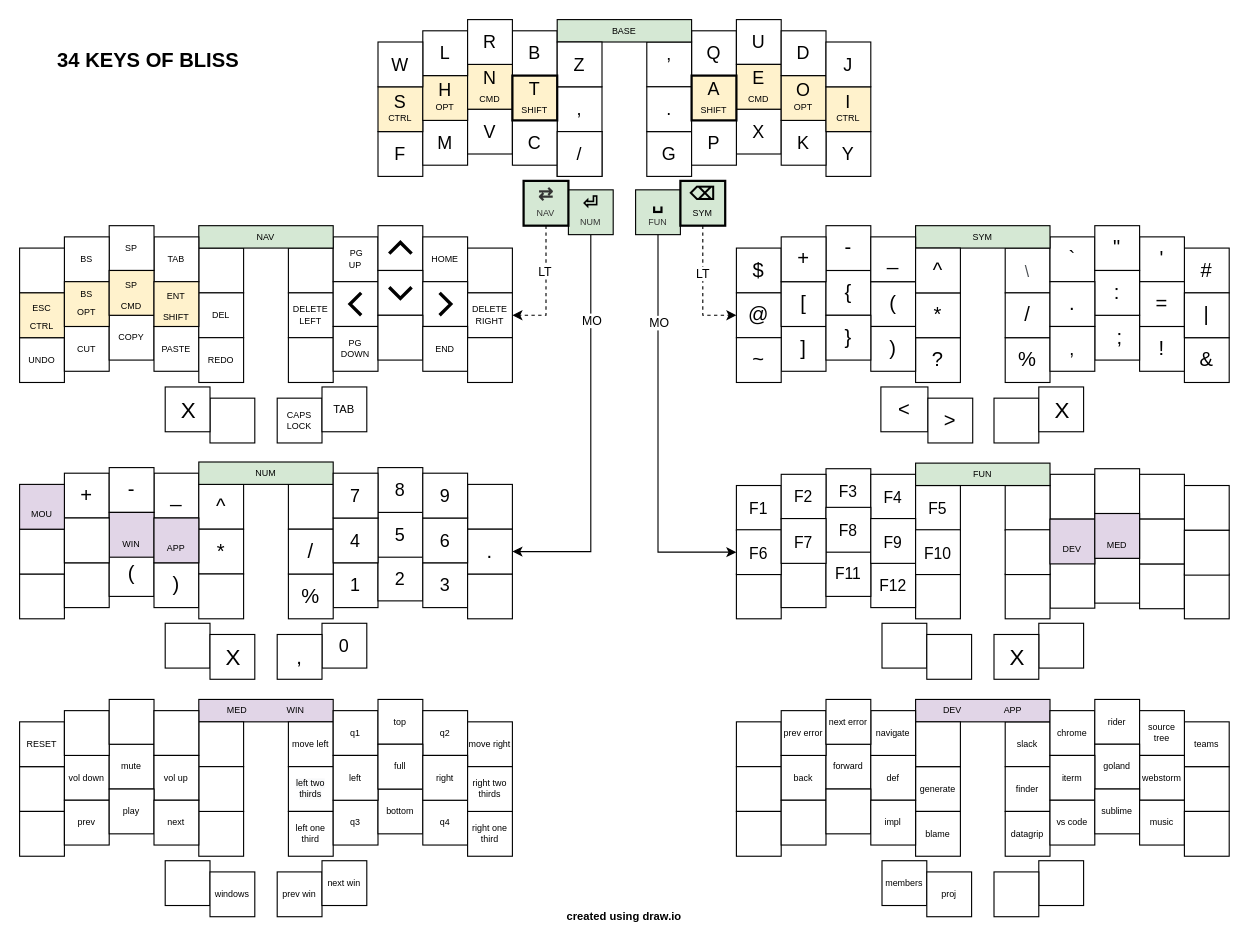
Before: Layout.drawio in LaurensVanAcker/FerrisLayout, a draw.io diagram. Source tidied: cells renumbered, new cells numbered last; positions are measured from the earlier drawing's top-left corner, leaving out a move shared by most shapes. Both pictures are drawn from the tidied source at 112%, with x=0, y=0 at pixel (19, 19).
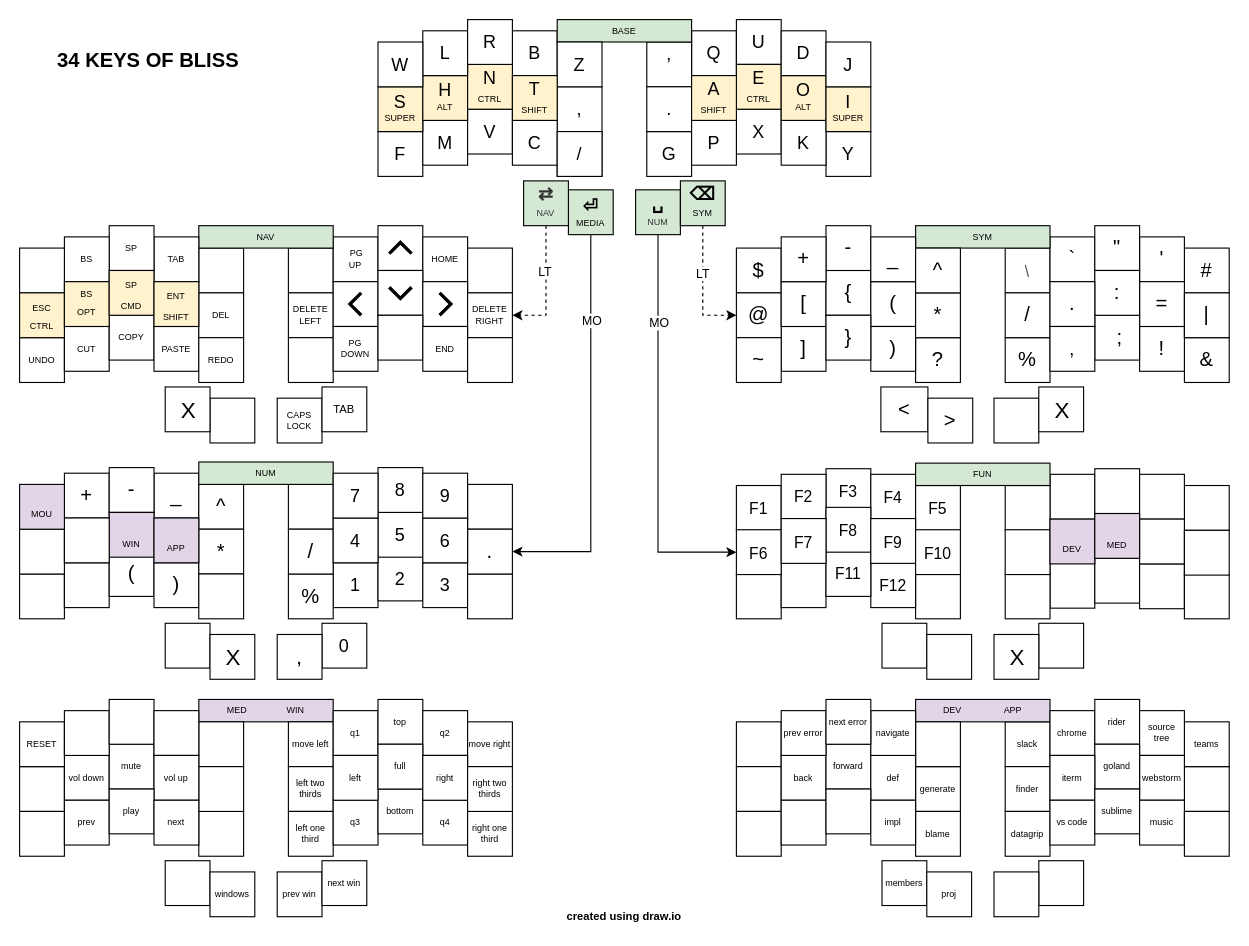
The same page after the edit.

Commit message:
Update base layer

Change to the diagram source:
```diff
@@
-    <mxCell id="22" value="&lt;p style=&quot;line-height: 80%&quot;&gt;S&lt;br&gt;&lt;font style=&quot;font-size: 8px ; line-height: 100%&quot;&gt;CTRL&lt;/font&gt;&lt;/p&gt;" style="rounded=0;whiteSpace=wrap;html=1;fontSize=16;fillColor=#fff2cc;shadow=0;sketch=0;" parent="1" vertex="1">
+    <mxCell id="22" value="&lt;p style=&quot;line-height: 80%&quot;&gt;S&lt;br&gt;&lt;font style=&quot;font-size: 8px ; line-height: 100%&quot;&gt;SUPER&lt;/font&gt;&lt;/p&gt;" style="rounded=0;whiteSpace=wrap;html=1;fontSize=16;fillColor=#fff2cc;shadow=0;sketch=0;" parent="1" vertex="1">
       <mxGeometry x="320" y="60" width="40" height="40" as="geometry" />
     </mxCell>
-    <mxCell id="23" value="&lt;p style=&quot;line-height: 80%&quot;&gt;H&lt;br&gt;&lt;span style=&quot;font-size: 8px ; line-height: 100%&quot;&gt;OPT&lt;/span&gt;&lt;/p&gt;" style="rounded=0;whiteSpace=wrap;html=1;fontSize=16;fillColor=#fff2cc;shadow=0;sketch=0;" parent="1" vertex="1">
+    <mxCell id="23" value="&lt;p style=&quot;line-height: 80%&quot;&gt;H&lt;br&gt;&lt;span style=&quot;font-size: 8px ; line-height: 100%&quot;&gt;ALT&lt;/span&gt;&lt;/p&gt;" style="rounded=0;whiteSpace=wrap;html=1;fontSize=16;fillColor=#fff2cc;shadow=0;sketch=0;" parent="1" vertex="1">
       <mxGeometry x="360" y="50" width="40" height="40" as="geometry" />
     </mxCell>
-    <mxCell id="24" value="&lt;p style=&quot;line-height: 100%&quot;&gt;N&lt;br&gt;&lt;span style=&quot;font-size: 8px ; line-height: 100%&quot;&gt;CMD&lt;/span&gt;&lt;br&gt;&lt;/p&gt;" style="rounded=0;whiteSpace=wrap;html=1;fontSize=16;fillColor=#fff2cc;shadow=0;sketch=0;" parent="1" vertex="1">
+    <mxCell id="24" value="&lt;p style=&quot;line-height: 100%&quot;&gt;N&lt;br&gt;&lt;span style=&quot;font-size: 8px ; line-height: 100%&quot;&gt;CTRL&lt;/span&gt;&lt;br&gt;&lt;/p&gt;" style="rounded=0;whiteSpace=wrap;html=1;fontSize=16;fillColor=#fff2cc;shadow=0;sketch=0;" parent="1" vertex="1">
       <mxGeometry x="400" y="40" width="40" height="40" as="geometry" />
     </mxCell>
@@
-    <mxCell id="207" value="&lt;p style=&quot;line-height: 100%&quot;&gt;E&lt;br&gt;&lt;span style=&quot;font-size: 8px ; line-height: 100%&quot;&gt;CMD&lt;/span&gt;&lt;br&gt;&lt;/p&gt;" style="rounded=0;whiteSpace=wrap;html=1;fontSize=16;fillColor=#fff2cc;shadow=0;sketch=0;" parent="1" vertex="1">
+    <mxCell id="207" value="&lt;p style=&quot;line-height: 100%&quot;&gt;E&lt;br&gt;&lt;span style=&quot;font-size: 8px ; line-height: 100%&quot;&gt;CTRL&lt;/span&gt;&lt;br&gt;&lt;/p&gt;" style="rounded=0;whiteSpace=wrap;html=1;fontSize=16;fillColor=#fff2cc;shadow=0;sketch=0;" parent="1" vertex="1">
       <mxGeometry x="640" y="40" width="40" height="40" as="geometry" />
     </mxCell>
-    <mxCell id="208" value="&lt;p style=&quot;line-height: 80%&quot;&gt;O&lt;br&gt;&lt;span style=&quot;font-size: 8px ; line-height: 100%&quot;&gt;OPT&lt;/span&gt;&lt;/p&gt;" style="rounded=0;whiteSpace=wrap;html=1;fontSize=16;fillColor=#fff2cc;shadow=0;sketch=0;" parent="1" vertex="1">
+    <mxCell id="208" value="&lt;p style=&quot;line-height: 80%&quot;&gt;O&lt;br&gt;&lt;span style=&quot;font-size: 8px ; line-height: 100%&quot;&gt;ALT&lt;/span&gt;&lt;/p&gt;" style="rounded=0;whiteSpace=wrap;html=1;fontSize=16;fillColor=#fff2cc;shadow=0;sketch=0;" parent="1" vertex="1">
       <mxGeometry x="680" y="50" width="40" height="40" as="geometry" />
     </mxCell>
@@
-    <mxCell id="233" value="&lt;p style=&quot;line-height: 80%&quot;&gt;&lt;font style=&quot;font-size: 16px&quot;&gt;I&lt;/font&gt;&lt;br&gt;&lt;font style=&quot;font-size: 8px ; line-height: 100%&quot;&gt;CTRL&lt;/font&gt;&lt;/p&gt;" style="rounded=0;whiteSpace=wrap;html=1;fontSize=16;fillColor=#fff2cc;shadow=0;sketch=0;" parent="1" vertex="1">
+    <mxCell id="233" value="&lt;p style=&quot;line-height: 80%&quot;&gt;&lt;font style=&quot;font-size: 16px&quot;&gt;I&lt;/font&gt;&lt;br&gt;&lt;font style=&quot;font-size: 8px ; line-height: 100%&quot;&gt;SUPER&lt;/font&gt;&lt;/p&gt;" style="rounded=0;whiteSpace=wrap;html=1;fontSize=16;fillColor=#fff2cc;shadow=0;sketch=0;" parent="1" vertex="1">
       <mxGeometry x="720" y="60" width="40" height="40" as="geometry" />
     </mxCell>
@@
-    <mxCell id="240" value="&lt;p style=&quot;line-height: 100%&quot;&gt;T&lt;br&gt;&lt;span style=&quot;font-size: 8px ; line-height: 100%&quot;&gt;SHIFT&lt;/span&gt;&lt;br&gt;&lt;/p&gt;" style="rounded=0;whiteSpace=wrap;html=1;fontSize=16;fillColor=#fff2cc;shadow=0;sketch=0;strokeWidth=2;" parent="1" vertex="1">
+    <mxCell id="240" value="&lt;p style=&quot;line-height: 100%&quot;&gt;T&lt;br&gt;&lt;span style=&quot;font-size: 8px ; line-height: 100%&quot;&gt;SHIFT&lt;/span&gt;&lt;br&gt;&lt;/p&gt;" style="rounded=0;whiteSpace=wrap;html=1;fontSize=16;fillColor=#fff2cc;shadow=0;sketch=0;strokeWidth=1;" parent="1" vertex="1">
       <mxGeometry x="440" y="50" width="40" height="40" as="geometry" />
     </mxCell>
-    <mxCell id="241" value="&lt;p style=&quot;line-height: 100%&quot;&gt;A&lt;br&gt;&lt;span style=&quot;font-size: 8px ; line-height: 100%&quot;&gt;SHIFT&lt;/span&gt;&lt;br&gt;&lt;/p&gt;" style="rounded=0;whiteSpace=wrap;html=1;fontSize=16;fillColor=#fff2cc;shadow=0;sketch=0;strokeWidth=2;" parent="1" vertex="1">
+    <mxCell id="241" value="&lt;p style=&quot;line-height: 100%&quot;&gt;A&lt;br&gt;&lt;span style=&quot;font-size: 8px ; line-height: 100%&quot;&gt;SHIFT&lt;/span&gt;&lt;br&gt;&lt;/p&gt;" style="rounded=0;whiteSpace=wrap;html=1;fontSize=16;fillColor=#fff2cc;shadow=0;sketch=0;strokeWidth=1;" parent="1" vertex="1">
       <mxGeometry x="600" y="50" width="40" height="40" as="geometry" />
     </mxCell>
@@
-    <mxCell id="245" value="&lt;font style=&quot;font-size: 16px&quot;&gt;&lt;span&gt;⏎&lt;/span&gt;&lt;/font&gt;&lt;span style=&quot;color: rgb(51 , 51 , 51)&quot;&gt;&lt;span style=&quot;font-size: 10px&quot;&gt; &lt;/span&gt;&lt;br&gt;&lt;span style=&quot;font-weight: normal ; line-height: 200%&quot;&gt;NUM&lt;/span&gt;&lt;br&gt;&lt;/span&gt;" style="rounded=0;whiteSpace=wrap;html=1;fontSize=8;fillColor=#d5e8d4;fontStyle=1;shadow=0;sketch=0;strokeWidth=1;" parent="1" vertex="1">
+    <mxCell id="245" value="&lt;font style=&quot;font-size: 16px&quot;&gt;&lt;span&gt;⏎&lt;/span&gt;&lt;/font&gt;&lt;span style=&quot;color: rgb(51 , 51 , 51)&quot;&gt;&lt;span style=&quot;font-size: 10px&quot;&gt; &lt;/span&gt;&lt;span style=&quot;font-weight: normal ; line-height: 200%&quot;&gt;&lt;/span&gt;&lt;br&gt;&lt;/span&gt;&lt;span style=&quot;font-weight: normal&quot;&gt;MEDIA&lt;/span&gt;" style="rounded=0;whiteSpace=wrap;html=1;fontSize=8;fillColor=#d5e8d4;fontStyle=1;shadow=0;sketch=0;strokeWidth=1;" parent="1" vertex="1">
       <mxGeometry x="490" y="152" width="40" height="40" as="geometry" />
     </mxCell>
@@
-    <mxCell id="248" value="&lt;font style=&quot;font-size: 16px&quot;&gt;␣&lt;/font&gt;&lt;span style=&quot;color: rgb(51 , 51 , 51)&quot;&gt;&lt;span style=&quot;font-size: 10px&quot;&gt; &lt;/span&gt;&lt;br&gt;&lt;span style=&quot;font-weight: normal ; line-height: 200%&quot;&gt;FUN&lt;/span&gt;&lt;br&gt;&lt;/span&gt;" style="rounded=0;whiteSpace=wrap;html=1;fontSize=8;fillColor=#d5e8d4;fontStyle=1;shadow=0;sketch=0;strokeWidth=1;" parent="1" vertex="1">
+    <mxCell id="248" value="&lt;font style=&quot;font-size: 16px&quot;&gt;␣&lt;/font&gt;&lt;span style=&quot;color: rgb(51 , 51 , 51)&quot;&gt;&lt;span style=&quot;font-size: 10px&quot;&gt; &lt;/span&gt;&lt;br&gt;&lt;span style=&quot;font-weight: normal ; line-height: 200%&quot;&gt;NUM&lt;/span&gt;&lt;/span&gt;" style="rounded=0;whiteSpace=wrap;html=1;fontSize=8;fillColor=#d5e8d4;fontStyle=1;shadow=0;sketch=0;strokeWidth=1;" parent="1" vertex="1">
       <mxGeometry x="550" y="152" width="40" height="40" as="geometry" />
     </mxCell>
@@
-    <mxCell id="250" value="&lt;span style=&quot;color: rgb(51 , 51 , 51)&quot;&gt;&lt;font style=&quot;font-size: 16px&quot;&gt;⇄&lt;/font&gt;&lt;br&gt;&lt;span style=&quot;font-weight: normal ; line-height: 200%&quot;&gt;NAV&lt;/span&gt;&lt;br&gt;&lt;/span&gt;" style="rounded=0;whiteSpace=wrap;html=1;fontSize=8;fillColor=#d5e8d4;fontStyle=1;shadow=0;sketch=0;strokeWidth=2;" parent="1" vertex="1">
+    <mxCell id="250" value="&lt;span style=&quot;color: rgb(51 , 51 , 51)&quot;&gt;&lt;font style=&quot;font-size: 16px&quot;&gt;⇄&lt;/font&gt;&lt;br&gt;&lt;span style=&quot;font-weight: normal ; line-height: 200%&quot;&gt;NAV&lt;/span&gt;&lt;br&gt;&lt;/span&gt;" style="rounded=0;whiteSpace=wrap;html=1;fontSize=8;fillColor=#d5e8d4;fontStyle=1;shadow=0;sketch=0;strokeWidth=1;" parent="1" vertex="1">
       <mxGeometry x="450" y="144" width="40" height="40" as="geometry" />
     </mxCell>
-    <mxCell id="251" value="&lt;font size=&quot;1&quot;&gt;&lt;span style=&quot;font-size: 16px&quot;&gt;⌫&lt;/span&gt;&lt;/font&gt;&lt;br&gt;&lt;span style=&quot;font-weight: normal ; line-height: 200%&quot;&gt;SYM&lt;/span&gt;" style="rounded=0;whiteSpace=wrap;html=1;fontSize=8;fillColor=#d5e8d4;fontStyle=1;shadow=0;sketch=0;strokeWidth=2;" parent="1" vertex="1">
+    <mxCell id="251" value="&lt;font size=&quot;1&quot;&gt;&lt;span style=&quot;font-size: 16px&quot;&gt;⌫&lt;/span&gt;&lt;/font&gt;&lt;br&gt;&lt;span style=&quot;font-weight: normal ; line-height: 200%&quot;&gt;SYM&lt;/span&gt;" style="rounded=0;whiteSpace=wrap;html=1;fontSize=8;fillColor=#d5e8d4;fontStyle=1;shadow=0;sketch=0;strokeWidth=1;" parent="1" vertex="1">
       <mxGeometry x="590" y="144" width="40" height="40" as="geometry" />
     </mxCell>
```
